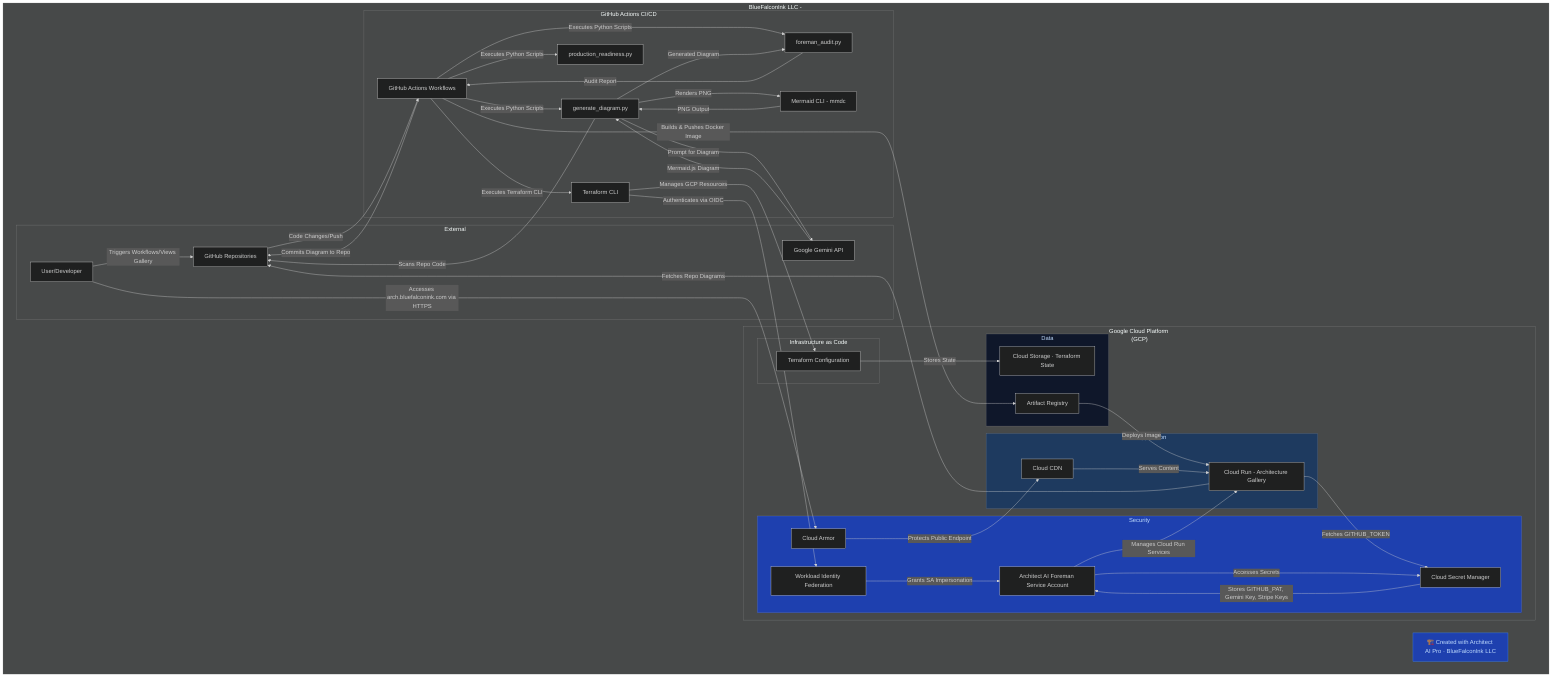
Before: docs/architecture.png, a diagram exported from Mermaid (koreric75/ArchitectAIPro_GHActions). Its source is kept beside it as docs/architecture.mermaid.
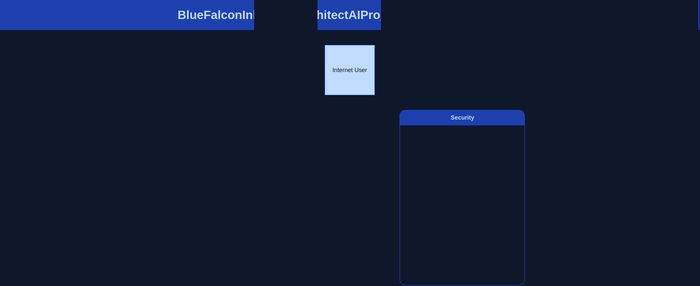
Above is the later version.

Commit message:
docs: auto-update architecture diagram via Architect AI Pro [skip ci]

What changed in the source:
```diff
@@ -1,70 +1,78 @@
 graph TD
     subgraph "BlueFalconInk LLC - ArchitectAIPro_GHActions Architecture"
-        Developer[Developer]
-        User[End User]
+        Internet[Internet User]
 
         subgraph "Security"
             CloudArmor[Cloud Armor]
-            LoadBalancer[Cloud Load Balancer]
-            WIF[Workload Identity Federation]
+            CloudCDN[Cloud CDN]
+            GCPWIF[GCP Workload Identity Federation]
             ForemanSA[Foreman Service Account]
+            SecretManager[Google Secret Manager]
         end
 
         subgraph "CI/CD & Automation"
-            GHActions[GitHub Actions]
-            GenerateDiagram[Architect AI Pro Generator]
-            ForemanAudit[Foreman Audit Engine]
-            RemediateDiagram[Architect AI Pro Remediation]
-            Terraform[Terraform - IaC]
-            CloudBuild[Cloud Build]
+            UserDev[Developer]
+            GitHubRepo[GitHub Repository]
+            GHActions[GitHub Actions Workflow]
+            ArchitectAIGen[Architect AI Pro Generator]
+            ForemanAudit[Foreman AI Audit Engine]
+            ProdReadiness[Production Readiness Check]
+            Terraform[Terraform IaC]
         end
 
         subgraph "Application"
-            CloudRun[Cloud Run Service]
-            GalleryApp[Architecture Gallery - FastAPI]
-            CloudCDN[Cloud CDN]
+            CloudRunLB[Cloud Run Load Balancer]
+            CloudRunGallery[Architecture Gallery Service]
         end
 
-        subgraph "Data"
-            SecretManager[Cloud Secret Manager]
+        subgraph "Data & Artifacts"
             ArtifactRegistry[Artifact Registry]
+            GCSBackend[GCS Terraform Backend]
         end
 
-        subgraph "External Services"
-            GitHubAPI[GitHub API]
+        subgraph "AI Services"
             GeminiAPI[Google Gemini API]
-            MermaidInk[mermaid.ink API]
-            Stripe[Stripe Payment Gateway]
         end
 
-        Developer -->|Pushes Code| GHActions
-        GHActions -->|Authenticates via OIDC| WIF
-        WIF -->|Grants Access To| ForemanSA
-        GHActions -- "Runs as ForemanSA" --> GenerateDiagram
-        GenerateDiagram -->|Calls API| GeminiAPI
-        GenerateDiagram -->|Renders PNG| MermaidInk
-        GenerateDiagram -->|Generated Diagram| ForemanAudit
-        ForemanAudit -- "Audit Report" --> RemediateDiagram
-        RemediateDiagram -->|Corrected Diagram| GeminiAPI
-        GHActions -- "Runs as ForemanSA" --> GitHubAPI
-        GHActions -- "Runs as ForemanSA" --> Terraform
-        Terraform -->|Provisions Resources| CloudRun
-        Terraform -->|Manages Secrets| SecretManager
-        GHActions -- "Runs as ForemanSA" --> CloudBuild
-        CloudBuild -->|Pushes Docker Image| ArtifactRegistry
-        CloudRun -->|Pulls Image From| ArtifactRegistry
+        subgraph "External Integrations"
+            GitHubAPI[GitHub API]
+            Stripe[Stripe Payment Gateway]
+            DrawioCLI[Draw.io CLI]
+            MermaidInk[mermaid.ink API]
+        end
 
-        User -->|Accesses Gallery via HTTPS| LoadBalancer
-        LoadBalancer -->|Protects Traffic| CloudArmor
-        CloudArmor -->|Routes Requests| CloudCDN
-        CloudCDN -->|Serves Content| CloudRun
-        CloudRun -->|Fetches Repo Data| GitHubAPI
-        CloudRun -->|Retrieves GITHUB_TOKEN| SecretManager
+        Internet -->|HTTPS Request| CloudCDN
+        CloudCDN -->|Cached Content/Forward Request| CloudArmor
+        CloudArmor -->|Filtered Traffic| CloudRunLB
+        CloudRunLB -->|Route Request| CloudRunGallery
+        CloudRunGallery -->|Fetch Repo Data| GitHubAPI
+        CloudRunGallery -->|Get GITHUB_TOKEN| SecretManager
 
-        SecretManager -->|Stores API Keys| GeminiAPI
-        SecretManager -->|Stores PAT| GitHubAPI
-        SecretManager -->|Stores Payment Keys| Stripe
+        UserDev -->|Push Code/PR| GitHubRepo
+        GitHubRepo -->|Trigger Workflow| GHActions
+        GHActions -->|OIDC Auth| GCPWIF
+        GCPWIF -->|Impersonate| ForemanSA
+        ForemanSA -->|Access API Keys| SecretManager
+        GHActions -->|Run Script| ArchitectAIGen
+        ArchitectAIGen -->|Scan Files| GitHubRepo
+        ArchitectAIGen -->|Generate Diagram| GeminiAPI
+        ArchitectAIGen -->|Render PNG| DrawioCLI
+        ArchitectAIGen -->|Render PNG Fallback| MermaidInk
+        ArchitectAIGen -->|Audit Diagram| ForemanAudit
+        ForemanAudit -->|Read ARCHITECT_CONFIG.json| GitHubRepo
+        ForemanAudit -->|Remediation Request| ArchitectAIGen
+        GHActions -->|Commit Docs Mermaid, Draw.io, PNG| GitHubRepo
+        GHActions -->|Run Check| ProdReadiness
+        GHActions -->|Deploy/Manage Infra| Terraform
+        Terraform -->|Store State| GCSBackend
+        Terraform -->|Manage Resources| ForemanSA
+        Terraform -->|Manage Resources| SecretManager
+        Terraform -->|Manage Resources| GCPWIF
+        Terraform -->|Manage Resources| ArtifactRegistry
+        Terraform -->|Deploy/Update Service| CloudRunGallery
+        GHActions -->|Push Container Image| ArtifactRegistry
 
+        SecretManager -->|Stores Keys for| Stripe
     end
 
     FOOTER[🏗️ Created with Architect AI Pro · BlueFalconInk LLC]
@@ -72,6 +80,7 @@
     style Security fill:#1E40AF,color:#BFDBFE
     style CI/CD & Automation fill:#1E3A5F,color:#BFDBFE
     style Application fill:#1E3A5F,color:#BFDBFE
-    style Data fill:#0F172A,color:#BFDBFE
-    style External Services fill:#BFDBFE,color:#1E40AF
+    style Data & Artifacts fill:#0F172A,color:#BFDBFE
+    style AI Services fill:#1E3A5F,color:#BFDBFE
+    style External Integrations fill:#0F172A,color:#BFDBFE
     style FOOTER fill:#1E40AF,color:#BFDBFE,stroke:#3B82F6
```
